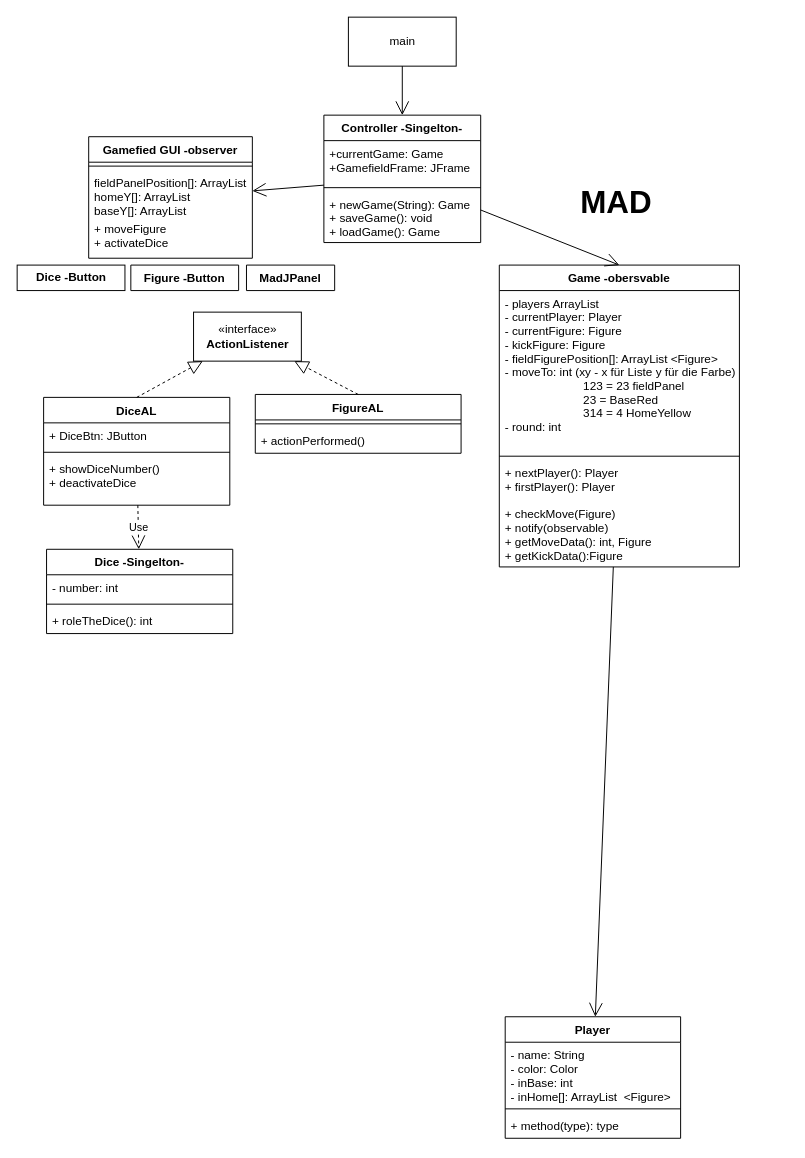
Before: MADClassDiagramm.drawio in Derpzz/SPE-MAD, a draw.io diagram. Source tidied: cells renumbered, new cells numbered last; positions are measured from the earlier drawing's top-left corner, leaving out a move shared by most shapes. Both pictures are drawn from the tidied source at 98%, with x=0, y=0 at pixel (17, 17).
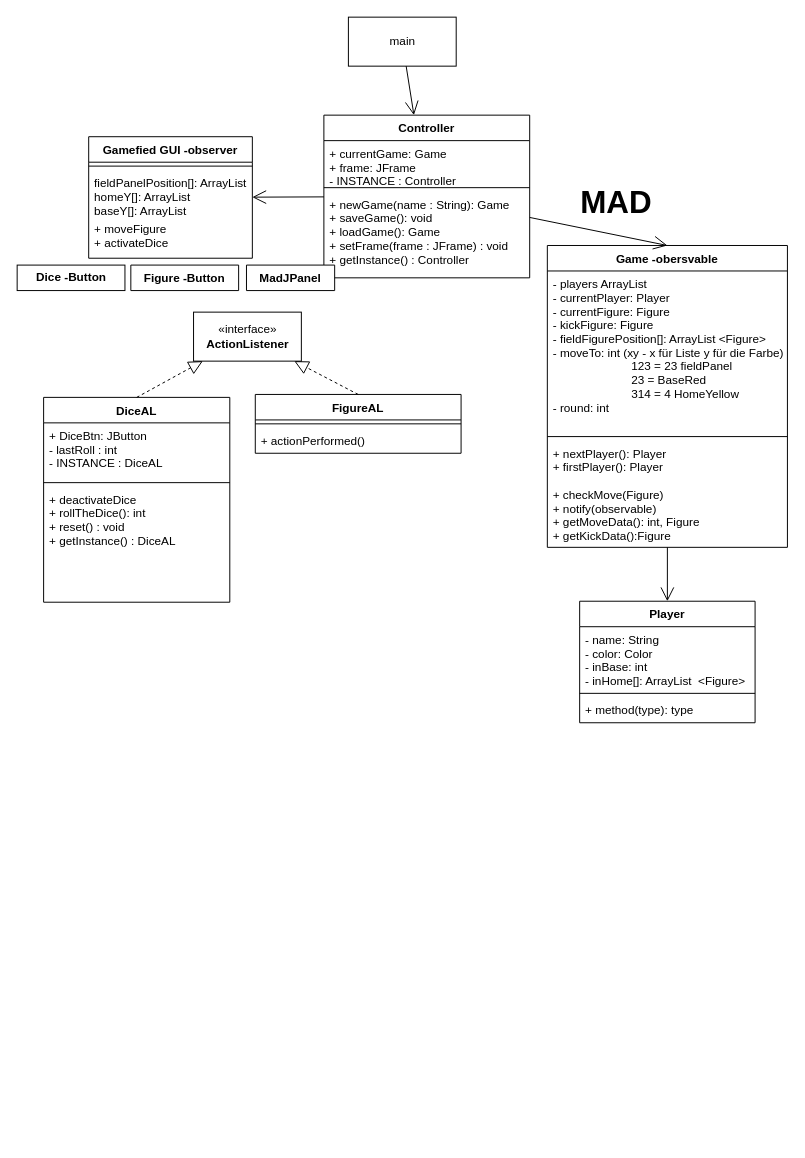
The same diagram, later.

Commit message:
Updated Dice and Controller

Diff of the diagram source:
```diff
@@
     <mxCell id="2" value="Player" style="swimlane;fontStyle=1;align=center;verticalAlign=top;horizontal=1;startSize=26;" parent="1" vertex="1">
-      <mxGeometry x="498" y="1020" width="179" height="124" as="geometry" />
+      <mxGeometry x="574" y="596" width="179" height="124" as="geometry" />
     </mxCell>
@@
-    <mxCell id="6" value="Dice -Singelton-" style="swimlane;fontStyle=1;align=center;verticalAlign=top;horizontal=1;startSize=26;" parent="1" vertex="1">
-      <mxGeometry x="30" y="543" width="190" height="86" as="geometry" />
-    </mxCell>
-    <mxCell id="7" value="- number: int" style="text;strokeColor=none;fillColor=none;align=left;verticalAlign=top;spacingLeft=4;spacingRight=4;overflow=hidden;" parent="6" vertex="1">
-      <mxGeometry y="26" width="190" height="26" as="geometry" />
-    </mxCell>
-    <mxCell id="8" style="line;strokeWidth=1;fillColor=none;align=left;verticalAlign=middle;spacingTop=-1;spacingLeft=3;spacingRight=3;labelPosition=right;" parent="6" vertex="1">
-      <mxGeometry y="52" width="190" height="8" as="geometry" />
-    </mxCell>
-    <mxCell id="9" value="+ roleTheDice(): int" style="text;strokeColor=none;fillColor=none;align=left;verticalAlign=top;spacingLeft=4;spacingRight=4;overflow=hidden;" parent="6" vertex="1">
-      <mxGeometry y="60" width="190" height="26" as="geometry" />
-    </mxCell>
@@
     <mxCell id="13" value="Game -obersvable" style="swimlane;fontStyle=1;align=center;verticalAlign=top;horizontal=1;startSize=26;" parent="1" vertex="1">
-      <mxGeometry x="492" y="253" width="245" height="308" as="geometry" />
+      <mxGeometry x="541" y="233" width="245" height="308" as="geometry" />
     </mxCell>
@@
-    <mxCell id="17" value="Controller -Singelton-" style="swimlane;fontStyle=1;align=center;verticalAlign=top;horizontal=1;startSize=26;" parent="1" vertex="1">
-      <mxGeometry x="313" y="100" width="160" height="130" as="geometry" />
+    <mxCell id="17" value="Controller" style="swimlane;fontStyle=1;align=center;verticalAlign=top;horizontal=1;startSize=26;" parent="1" vertex="1">
+      <mxGeometry x="313" y="100" width="210" height="166" as="geometry" />
     </mxCell>
-    <mxCell id="18" value="+currentGame: Game&#10;+GamefieldFrame: JFrame" style="text;strokeColor=none;fillColor=none;align=left;verticalAlign=top;spacingLeft=4;spacingRight=4;overflow=hidden;" parent="17" vertex="1">
-      <mxGeometry y="26" width="160" height="44" as="geometry" />
+    <mxCell id="18" value="+ currentGame: Game&#10;+ frame: JFrame&#10;- INSTANCE : Controller" style="text;strokeColor=none;fillColor=none;align=left;verticalAlign=top;spacingLeft=4;spacingRight=4;overflow=hidden;" parent="17" vertex="1">
+      <mxGeometry y="26" width="210" height="44" as="geometry" />
     </mxCell>
     <mxCell id="19" style="line;strokeWidth=1;fillColor=none;align=left;verticalAlign=middle;spacingTop=-1;spacingLeft=3;spacingRight=3;labelPosition=right;" parent="17" vertex="1">
-      <mxGeometry y="70" width="160" height="8" as="geometry" />
+      <mxGeometry y="70" width="210" height="8" as="geometry" />
     </mxCell>
-    <mxCell id="20" value="+ newGame(String): Game&#10;+ saveGame(): void&#10;+ loadGame(): Game" style="text;strokeColor=none;fillColor=none;align=left;verticalAlign=top;spacingLeft=4;spacingRight=4;overflow=hidden;" parent="17" vertex="1">
-      <mxGeometry y="78" width="160" height="52" as="geometry" />
+    <mxCell id="20" value="+ newGame(name : String): Game&#10;+ saveGame(): void&#10;+ loadGame(): Game&#10;+ setFrame(frame : JFrame) : void&#10;+ getInstance() : Controller" style="text;strokeColor=none;fillColor=none;align=left;verticalAlign=top;spacingLeft=4;spacingRight=4;overflow=hidden;" parent="17" vertex="1">
+      <mxGeometry y="78" width="210" height="88" as="geometry" />
     </mxCell>
@@
     <mxCell id="26" value="DiceAL" style="swimlane;fontStyle=1;align=center;verticalAlign=top;horizontal=1;startSize=26;rounded=0;" parent="1" vertex="1">
-      <mxGeometry x="27" y="388" width="190" height="110" as="geometry" />
+      <mxGeometry x="27" y="388" width="190" height="209" as="geometry" />
     </mxCell>
-    <mxCell id="27" value="+ DiceBtn: JButton" style="text;strokeColor=none;fillColor=none;align=left;verticalAlign=top;spacingLeft=4;spacingRight=4;overflow=hidden;rounded=0;" parent="26" vertex="1">
-      <mxGeometry y="26" width="190" height="26" as="geometry" />
+    <mxCell id="27" value="+ DiceBtn: JButton&#10;- lastRoll : int&#10;- INSTANCE : DiceAL" style="text;strokeColor=none;fillColor=none;align=left;verticalAlign=top;spacingLeft=4;spacingRight=4;overflow=hidden;rounded=0;" parent="26" vertex="1">
+      <mxGeometry y="26" width="190" height="57" as="geometry" />
     </mxCell>
     <mxCell id="28" style="line;strokeWidth=1;fillColor=none;align=left;verticalAlign=middle;spacingTop=-1;spacingLeft=3;spacingRight=3;labelPosition=right;rounded=0;" parent="26" vertex="1">
-      <mxGeometry y="52" width="190" height="8" as="geometry" />
+      <mxGeometry y="83" width="190" height="8" as="geometry" />
     </mxCell>
-    <mxCell id="29" value="+ showDiceNumber()&#10;+ deactivateDice" style="text;strokeColor=none;fillColor=none;align=left;verticalAlign=top;spacingLeft=4;spacingRight=4;overflow=hidden;rounded=0;" parent="26" vertex="1">
-      <mxGeometry y="60" width="190" height="50" as="geometry" />
+    <mxCell id="29" value="+ deactivateDice&#10;+ rollTheDice(): int&#10;+ reset() : void&#10;+ getInstance() : DiceAL" style="text;strokeColor=none;fillColor=none;align=left;verticalAlign=top;spacingLeft=4;spacingRight=4;overflow=hidden;rounded=0;" parent="26" vertex="1">
+      <mxGeometry y="91" width="190" height="118" as="geometry" />
     </mxCell>
@@
-    <mxCell id="33" value="Use" style="endArrow=open;endSize=12;dashed=1;html=1;rounded=0;" parent="1" edge="1" source="26" target="6">
-      <mxGeometry relative="1" as="geometry" />
-    </mxCell>
```
